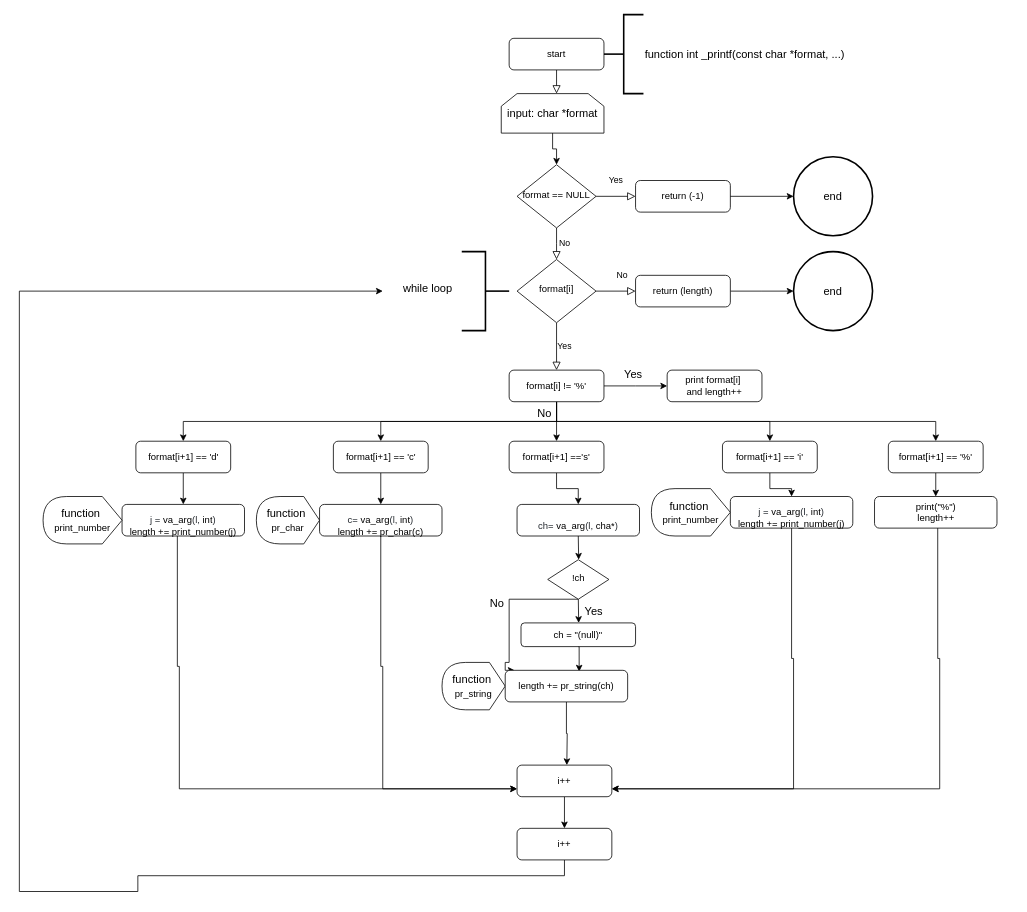
Above: Untitled Diagram.drawio in hichem1312/printf (draw.io), before the change. Source tidied: cells renumbered, new cells numbered last; positions are measured from the earlier drawing's top-left corner, leaving out a move shared by most shapes. Both pictures are drawn from the tidied source at 79%, with x=0, y=0 at pixel (19, 14).
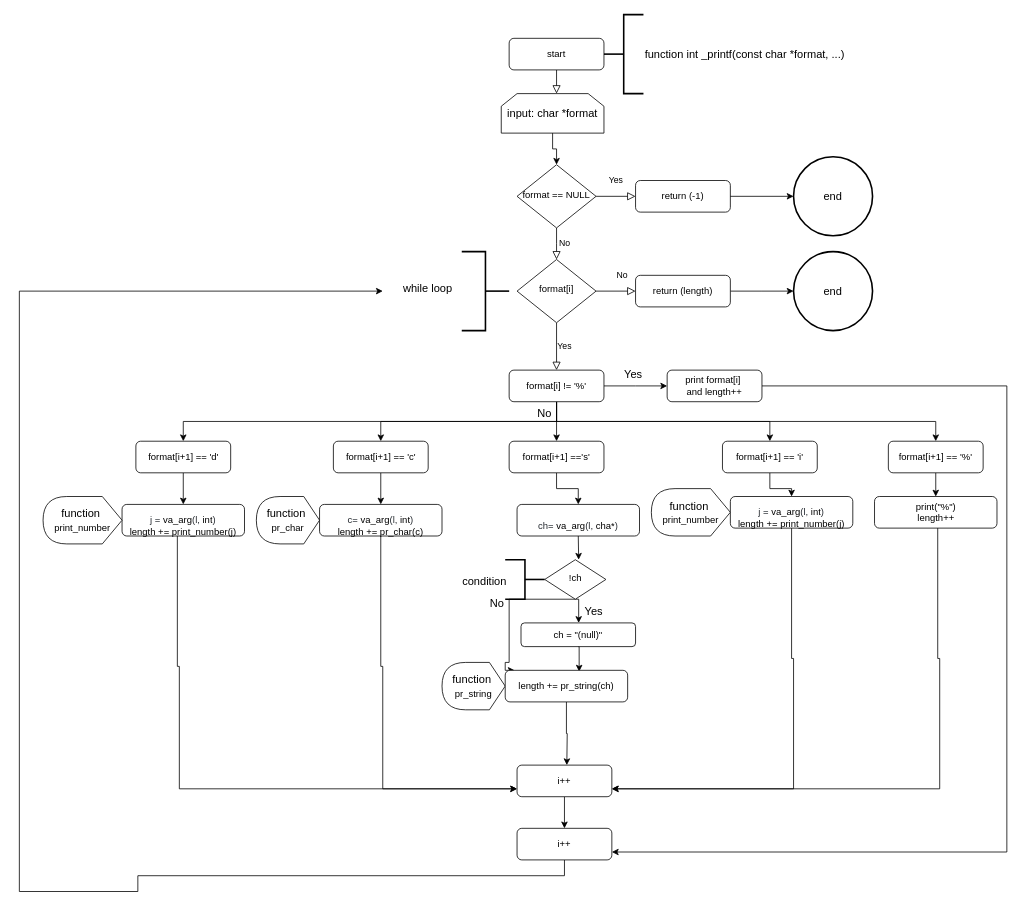
The same page after the edit.

Unchanged cells that the change refers to:
```xml
<mxCell id="26" value="print format[i]&amp;nbsp;&lt;br&gt;and length++" style="rounded=1;whiteSpace=wrap;html=1;fontSize=12;glass=0;strokeWidth=1;shadow=0;" parent="1" vertex="1">
  <mxGeometry x="820" y="450" width="120" height="40" as="geometry" />
</mxCell>
<mxCell id="67" value="i++" style="rounded=1;whiteSpace=wrap;html=1;fontSize=12;glass=0;strokeWidth=1;shadow=0;" parent="1" vertex="1">
  <mxGeometry x="630" y="1030" width="120" height="40" as="geometry" />
</mxCell>
```

Diff of the diagram source:
```diff
@@
+    <mxCell id="68" style="edgeStyle=orthogonalEdgeStyle;rounded=0;jettySize=auto;html=1;exitX=1;exitY=0.5;exitDx=0;exitDy=0;fontSize=14;entryX=1;entryY=0.75;entryDx=0;entryDy=0;" parent="1" edge="1" source="26" target="67">
+      <mxGeometry relative="1" as="geometry">
+        <Array as="points">
+          <mxPoint x="1250" y="470" />
+          <mxPoint x="1250" y="1060" />
+        </Array>
+      </mxGeometry>
+    </mxCell>
@@
     <mxCell id="51" value="!ch" style="rhombus;whiteSpace=wrap;html=1;shadow=0;fontFamily=Helvetica;fontSize=12;align=center;strokeWidth=1;spacing=6;spacingTop=-4;" parent="1" vertex="1">
-      <mxGeometry x="668.8" y="690" width="77.5" height="50" as="geometry" />
+      <mxGeometry x="665" y="690" width="77.5" height="50" as="geometry" />
     </mxCell>
@@
+    <mxCell id="69" style="strokeWidth=2;html=1;shape=mxgraph.flowchart.annotation_2;align=left;labelPosition=right;fontSize=14;direction=west;" parent="1" vertex="1">
+      <mxGeometry x="615" y="690" width="50" height="50" as="geometry" />
+    </mxCell>
+    <mxCell id="70" value="condition" style="text;strokeColor=none;fillColor=none;align=left;verticalAlign=top;spacingLeft=4;spacingRight=4;overflow=hidden;fontSize=14;" parent="1" vertex="1">
+      <mxGeometry x="555" y="702" width="70" height="26" as="geometry" />
+    </mxCell>
```
